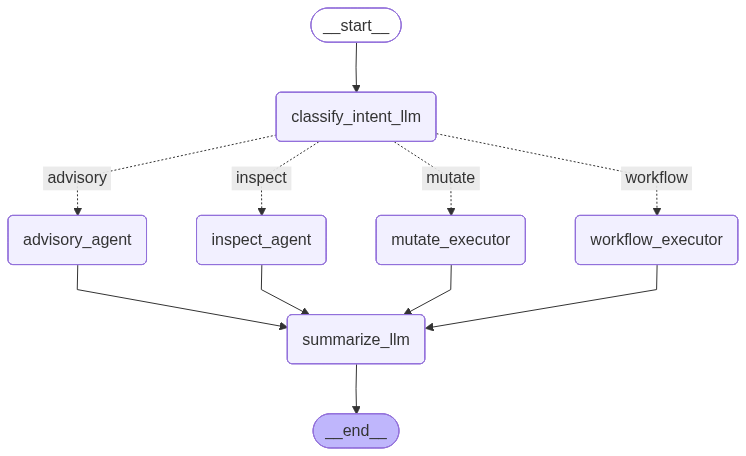
Before: docs/diagrams/admin-service-langgraph.png, a diagram exported from Mermaid (nessimhjaiej/Agent). Its source is kept beside it as docs/diagrams/admin-service-langgraph.mmd. The source it was exported from:
```mermaid
---
config:
  flowchart:
    curve: linear
---
graph TD;
	__start__([<p>__start__</p>]):::first
	classify_intent_llm(classify_intent_llm)
	advisory_agent(advisory_agent)
	inspect_agent(inspect_agent)
	mutate_executor(mutate_executor)
	workflow_executor(workflow_executor)
	summarize_llm(summarize_llm)
	__end__([<p>__end__</p>]):::last
	__start__ --> classify_intent_llm;
	advisory_agent --> summarize_llm;
	classify_intent_llm -. &nbsp;advisory&nbsp; .-> advisory_agent;
	classify_intent_llm -. &nbsp;inspect&nbsp; .-> inspect_agent;
	classify_intent_llm -. &nbsp;mutate&nbsp; .-> mutate_executor;
	classify_intent_llm -. &nbsp;workflow&nbsp; .-> workflow_executor;
	inspect_agent --> summarize_llm;
	mutate_executor --> summarize_llm;
	workflow_executor --> summarize_llm;
	summarize_llm --> __end__;
	classDef default fill:#f2f0ff,line-height:1.2
	classDef first fill-opacity:0
	classDef last fill:#bfb6fc
```
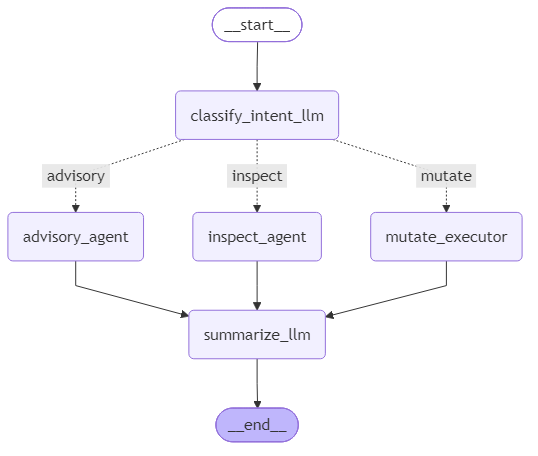
Later version of the same file.

Commit message:
added langgraph diagram and changed RUN_LOCAL.TXT file

Diff of the diagram source:
```diff
@@ -9,7 +9,6 @@
 	advisory_agent(advisory_agent)
 	inspect_agent(inspect_agent)
 	mutate_executor(mutate_executor)
-	workflow_executor(workflow_executor)
 	summarize_llm(summarize_llm)
 	__end__([<p>__end__</p>]):::last
 	__start__ --> classify_intent_llm;
@@ -17,10 +16,8 @@
 	classify_intent_llm -. &nbsp;advisory&nbsp; .-> advisory_agent;
 	classify_intent_llm -. &nbsp;inspect&nbsp; .-> inspect_agent;
 	classify_intent_llm -. &nbsp;mutate&nbsp; .-> mutate_executor;
-	classify_intent_llm -. &nbsp;workflow&nbsp; .-> workflow_executor;
 	inspect_agent --> summarize_llm;
 	mutate_executor --> summarize_llm;
-	workflow_executor --> summarize_llm;
 	summarize_llm --> __end__;
 	classDef default fill:#f2f0ff,line-height:1.2
 	classDef first fill-opacity:0
```
